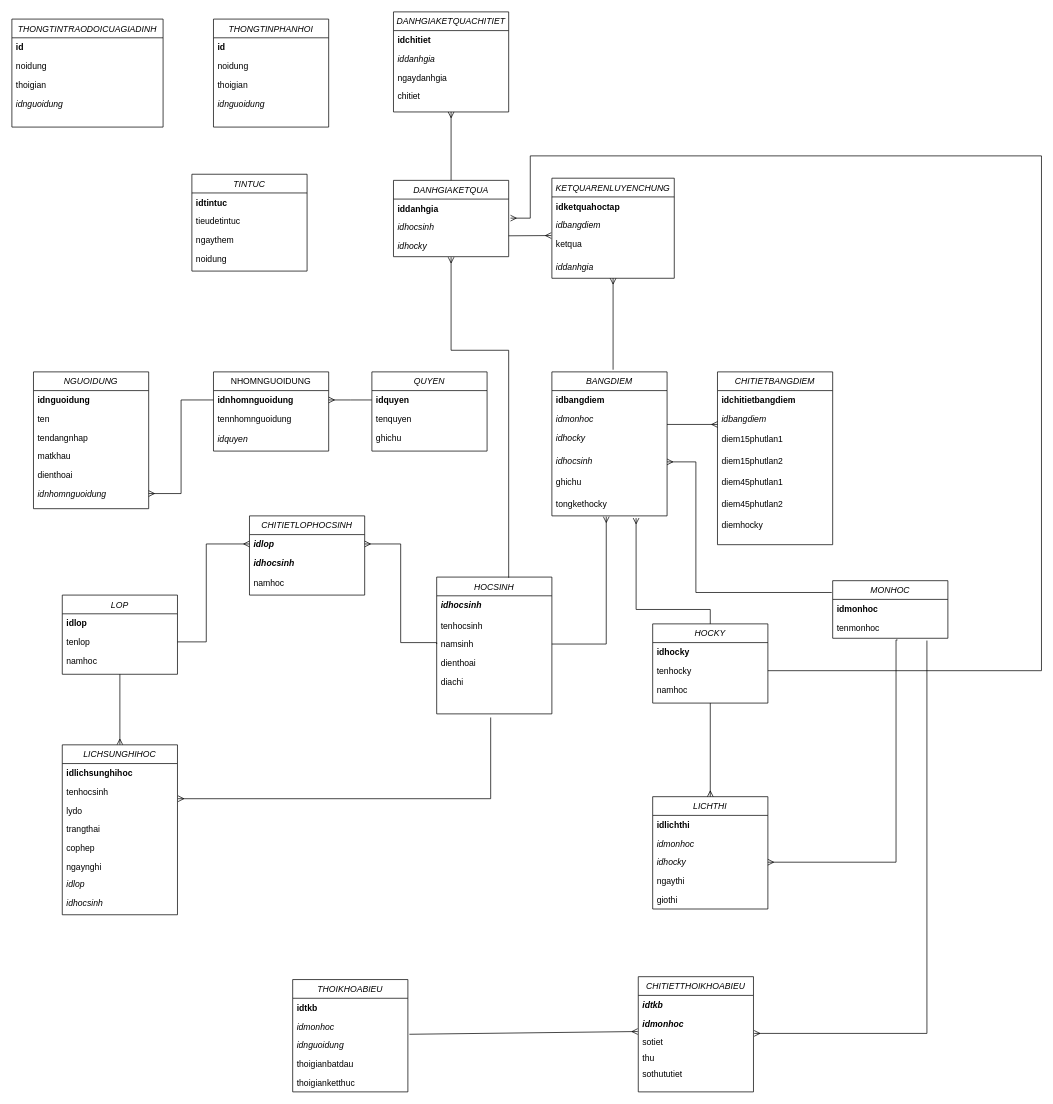
ktd131/ThucTapCNTT keeps this draw.io diagram as BaoCao/BT3/Bài-tập-3.drawio. Above is the earlier version. Source tidied: cells renumbered, new cells numbered last; positions are measured from the earlier drawing's top-left corner, leaving out a move shared by most shapes. Both pictures are drawn from the tidied source at 72%, with x=0, y=0 at pixel (12, 12).
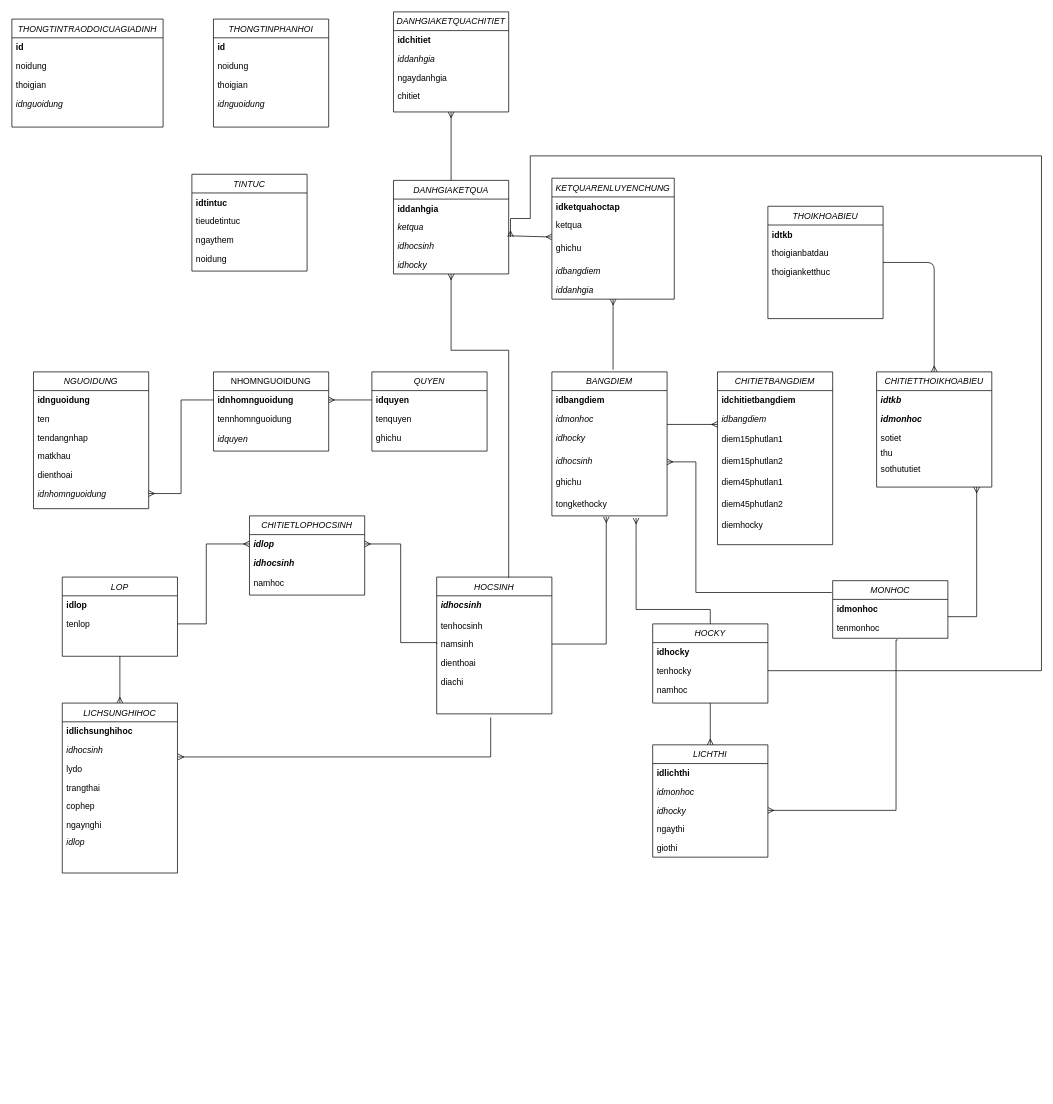
The same diagram, later.

Unchanged cells that the change refers to:
```xml
<mxCell id="15" value="tenlop" style="text;align=left;verticalAlign=top;spacingLeft=4;spacingRight=4;overflow=hidden;points=[[0,0.5],[1,0.5]];portConstraint=eastwest;rounded=0;shadow=0;html=0;" parent="13" vertex="1">
  <mxGeometry y="52" width="160" height="26" as="geometry" />
</mxCell>
<mxCell id="21" value="HOCSINH" style="swimlane;fontStyle=2;align=center;verticalAlign=top;horizontal=1;startSize=26;rounded=0;shadow=0;strokeWidth=1;" parent="1" vertex="1">
  <mxGeometry x="590" y="785" width="160" height="190" as="geometry" />
</mxCell>
<mxCell id="38" value="lydo" style="text;align=left;verticalAlign=top;spacingLeft=4;spacingRight=4;overflow=hidden;points=[[0,0.5],[1,0.5]];portConstraint=eastwest;" parent="35" vertex="1">
  <mxGeometry y="78" width="160" height="26" as="geometry" />
</mxCell>
<mxCell id="51" value="idmonhoc" style="text;align=left;verticalAlign=top;spacingLeft=4;spacingRight=4;overflow=hidden;points=[[0,0.5],[1,0.5]];portConstraint=eastwest;fontStyle=1;" parent="50" vertex="1">
  <mxGeometry y="26" width="160" height="26" as="geometry" />
</mxCell>
<mxCell id="52" value="tenmonhoc" style="text;align=left;verticalAlign=top;spacingLeft=4;spacingRight=4;overflow=hidden;points=[[0,0.5],[1,0.5]];portConstraint=eastwest;rounded=0;shadow=0;html=0;" parent="50" vertex="1">
  <mxGeometry y="52" width="160" height="28" as="geometry" />
</mxCell>
<mxCell id="60" value="idhocky" style="text;align=left;verticalAlign=top;spacingLeft=4;spacingRight=4;overflow=hidden;points=[[0,0.5],[1,0.5]];portConstraint=eastwest;rounded=0;shadow=0;html=0;fontStyle=2;" parent="57" vertex="1">
  <mxGeometry y="78" width="160" height="26" as="geometry" />
</mxCell>
<mxCell id="78" value="sotiet" style="text;align=left;verticalAlign=top;spacingLeft=4;spacingRight=4;overflow=hidden;points=[[0,0.5],[1,0.5]];portConstraint=eastwest;rounded=0;shadow=0;html=0;fontStyle=0;" parent="75" vertex="1">
  <mxGeometry y="78" width="160" height="22" as="geometry" />
</mxCell>
```

Change to the diagram source:
```diff
@@
     <mxCell id="3" style="endArrow=ERmany;html=1;exitX=1;exitY=0.5;exitDx=0;exitDy=0;entryX=0;entryY=0.5;entryDx=0;entryDy=0;endFill=0;edgeStyle=orthogonalEdgeStyle;rounded=0;" parent="1" edge="1" source="15">
       <mxGeometry relative="1" as="geometry">
         <mxPoint x="330" y="739" as="targetPoint" />
         <Array as="points">
-          <mxPoint x="270" y="875" />
+          <mxPoint x="270" y="850" />
           <mxPoint x="270" y="739" />
         </Array>
       </mxGeometry>
     </mxCell>
@@
     <mxCell id="13" value="LOP" style="swimlane;fontStyle=2;align=center;verticalAlign=top;horizontal=1;startSize=26;rounded=0;shadow=0;strokeWidth=1;" parent="1" vertex="1">
-      <mxGeometry x="70" y="810" width="160" height="110" as="geometry" />
+      <mxGeometry x="70" y="785" width="160" height="110" as="geometry" />
     </mxCell>
@@
-    <mxCell id="16" value="namhoc" style="text;align=left;verticalAlign=top;spacingLeft=4;spacingRight=4;overflow=hidden;rounded=0;shadow=0;html=0;fontStyle=0;" parent="13" vertex="1">
-      <mxGeometry y="78" width="160" height="26" as="geometry" />
-    </mxCell>
@@
     <mxCell id="35" value="LICHSUNGHIHOC" style="swimlane;fontStyle=2;align=center;verticalAlign=top;horizontal=1;startSize=26;rounded=0;shadow=0;strokeWidth=1;" parent="1" vertex="1">
-      <mxGeometry x="70" y="1018" width="160" height="236" as="geometry" />
+      <mxGeometry x="70" y="960" width="160" height="236" as="geometry" />
     </mxCell>
@@
-    <mxCell id="37" value="tenhocsinh" style="text;align=left;verticalAlign=top;spacingLeft=4;spacingRight=4;overflow=hidden;rounded=0;shadow=0;html=0;" parent="35" vertex="1">
+    <mxCell id="37" value="idhocsinh" style="text;align=left;verticalAlign=top;spacingLeft=4;spacingRight=4;overflow=hidden;rounded=0;shadow=0;html=0;fontStyle=2;" parent="35" vertex="1">
       <mxGeometry y="52" width="160" height="26" as="geometry" />
     </mxCell>
@@
-    <mxCell id="43" value="idhocsinh" style="text;align=left;verticalAlign=top;spacingLeft=4;spacingRight=4;overflow=hidden;fontStyle=2;" parent="35" vertex="1">
-      <mxGeometry y="206" width="160" height="30" as="geometry" />
-    </mxCell>
     <mxCell id="44" style="endArrow=ERmany;html=1;endFill=0;entryX=1.005;entryY=-0.122;entryDx=0;entryDy=0;entryPerimeter=0;edgeStyle=orthogonalEdgeStyle;rounded=0;" parent="1" edge="1" target="38">
       <mxGeometry relative="1" as="geometry">
         <mxPoint x="665" y="980" as="sourcePoint" />
         <Array as="points">
-          <mxPoint x="665" y="1093" />
+          <mxPoint x="665" y="1035" />
         </Array>
       </mxGeometry>
     </mxCell>
@@
     <mxCell id="57" value="LICHTHI" style="swimlane;fontStyle=2;align=center;verticalAlign=top;horizontal=1;startSize=26;rounded=0;shadow=0;strokeWidth=1;" parent="1" vertex="1">
-      <mxGeometry x="890" y="1090" width="160" height="156" as="geometry" />
+      <mxGeometry x="890" y="1018" width="160" height="156" as="geometry" />
     </mxCell>
@@
     <mxCell id="64" style="endArrow=ERmany;html=1;entryX=1;entryY=0.5;entryDx=0;entryDy=0;endFill=0;edgeStyle=orthogonalEdgeStyle;rounded=0;exitX=0.563;exitY=1.083;exitDx=0;exitDy=0;exitPerimeter=0;" parent="1" edge="1" source="52" target="60">
       <mxGeometry relative="1" as="geometry">
         <Array as="points">
           <mxPoint x="1228" y="872" />
-          <mxPoint x="1228" y="1181" />
+          <mxPoint x="1228" y="1109" />
         </Array>
       </mxGeometry>
     </mxCell>
@@
-    <mxCell id="73" style="endArrow=ERmany;html=1;endFill=0;edgeStyle=orthogonalEdgeStyle;rounded=0;entryX=1.006;entryY=0.036;entryDx=0;entryDy=0;entryPerimeter=0;exitX=0.818;exitY=1.113;exitDx=0;exitDy=0;exitPerimeter=0;" parent="1" edge="1" source="52" target="78">
+    <mxCell id="73" style="endArrow=ERmany;html=1;endFill=0;edgeStyle=orthogonalEdgeStyle;rounded=0;" parent="1" edge="1" source="51" target="75">
       <mxGeometry relative="1" as="geometry">
         <Array as="points">
-          <mxPoint x="1271" y="1419" />
+          <mxPoint x="1340" y="840" />
         </Array>
       </mxGeometry>
     </mxCell>
-    <mxCell id="74" style="endArrow=ERmany;html=1;exitX=1.013;exitY=-0.077;exitDx=0;exitDy=0;entryX=-0.005;entryY=-0.083;entryDx=0;entryDy=0;entryPerimeter=0;endFill=0;exitPerimeter=0;" parent="1" edge="1" source="106" target="78">
-      <mxGeometry relative="1" as="geometry" />
+    <mxCell id="74" style="endArrow=ERmany;html=1;entryX=0.5;entryY=0;entryDx=0;entryDy=0;endFill=0;" parent="1" edge="1" source="103" target="75">
+      <mxGeometry relative="1" as="geometry">
+        <Array as="points">
+          <mxPoint x="1281" y="348" />
+        </Array>
+      </mxGeometry>
     </mxCell>
     <mxCell id="75" value="CHITIETTHOIKHOABIEU" style="swimlane;fontStyle=2;align=center;verticalAlign=top;horizontal=1;startSize=26;rounded=0;shadow=0;strokeWidth=1;" parent="1" vertex="1">
-      <mxGeometry x="870" y="1340" width="160" height="160" as="geometry" />
+      <mxGeometry x="1201" y="500" width="160" height="160" as="geometry" />
     </mxCell>
@@
-    <mxCell id="81" style="endArrow=ERmany;html=1;edgeStyle=orthogonalEdgeStyle;rounded=0;exitX=0.625;exitY=0.005;exitDx=0;exitDy=0;exitPerimeter=0;endFill=0;entryX=0.5;entryY=1.103;entryDx=0;entryDy=0;entryPerimeter=0;" parent="1" edge="1" source="21">
+    <mxCell id="81" style="endArrow=ERmany;html=1;edgeStyle=orthogonalEdgeStyle;rounded=0;exitX=0.625;exitY=0.005;exitDx=0;exitDy=0;exitPerimeter=0;endFill=0;" parent="1" edge="1" source="21" target="82">
       <mxGeometry relative="1" as="geometry">
-        <mxPoint x="610" y="340.7" as="targetPoint" />
         <Array as="points">
           <mxPoint x="690" y="470" />
           <mxPoint x="610" y="470" />
         </Array>
       </mxGeometry>
     </mxCell>
     <mxCell id="82" value="DANHGIAKETQUA" style="swimlane;fontStyle=2;align=center;verticalAlign=top;horizontal=1;startSize=26;rounded=0;shadow=0;strokeWidth=1;" parent="1" vertex="1">
-      <mxGeometry x="530" y="234" width="160" height="106" as="geometry" />
+      <mxGeometry x="530" y="234" width="160" height="130" as="geometry" />
     </mxCell>
@@
+    <mxCell id="128" value="ketqua" style="text;align=left;verticalAlign=top;spacingLeft=4;spacingRight=4;overflow=hidden;rounded=0;shadow=0;html=0;fontStyle=2;" parent="82" vertex="1">
+      <mxGeometry y="52" width="160" height="26" as="geometry" />
+    </mxCell>
     <mxCell id="84" value="idhocsinh" style="text;align=left;verticalAlign=top;spacingLeft=4;spacingRight=4;overflow=hidden;points=[[0,0.5],[1,0.5]];portConstraint=eastwest;rounded=0;shadow=0;html=0;fontStyle=2;" parent="82" vertex="1">
-      <mxGeometry y="52" width="160" height="26" as="geometry" />
+      <mxGeometry y="78" width="160" height="26" as="geometry" />
     </mxCell>
     <mxCell id="85" value="idhocky" style="text;align=left;verticalAlign=top;spacingLeft=4;spacingRight=4;overflow=hidden;rounded=0;shadow=0;html=0;fontStyle=2;" parent="82" vertex="1">
-      <mxGeometry y="78" width="160" height="26" as="geometry" />
+      <mxGeometry y="104" width="160" height="26" as="geometry" />
     </mxCell>
@@
     <mxCell id="97" value="KETQUARENLUYENCHUNG" style="swimlane;fontStyle=2;align=center;verticalAlign=top;horizontal=1;startSize=26;rounded=0;shadow=0;strokeWidth=1;" parent="1" vertex="1">
-      <mxGeometry x="750" y="231" width="170" height="139" as="geometry" />
+      <mxGeometry x="750" y="231" width="170" height="168" as="geometry" />
     </mxCell>
@@
+    <mxCell id="100" value="ketqua" style="text;align=left;verticalAlign=top;spacingLeft=4;spacingRight=4;overflow=hidden;points=[[0,0.5],[1,0.5]];portConstraint=eastwest;rounded=0;shadow=0;html=0;" parent="97" vertex="1">
+      <mxGeometry y="52" width="170" height="32" as="geometry" />
+    </mxCell>
+    <mxCell id="129" value="ghichu&#10;" style="text;align=left;verticalAlign=top;spacingLeft=4;spacingRight=4;overflow=hidden;rounded=0;shadow=0;html=0;" parent="97" vertex="1">
+      <mxGeometry y="84" width="170" height="32" as="geometry" />
+    </mxCell>
     <mxCell id="99" value="idbangdiem" style="text;align=left;verticalAlign=top;spacingLeft=4;spacingRight=4;overflow=hidden;fontStyle=2;" parent="97" vertex="1">
-      <mxGeometry y="52" width="170" height="26" as="geometry" />
+      <mxGeometry y="116" width="170" height="26" as="geometry" />
     </mxCell>
-    <mxCell id="100" value="ketqua" style="text;align=left;verticalAlign=top;spacingLeft=4;spacingRight=4;overflow=hidden;points=[[0,0.5],[1,0.5]];portConstraint=eastwest;rounded=0;shadow=0;html=0;" parent="97" vertex="1">
-      <mxGeometry y="78" width="170" height="32" as="geometry" />
-    </mxCell>
     <mxCell id="101" value="iddanhgia" style="text;align=left;verticalAlign=top;spacingLeft=4;spacingRight=4;overflow=hidden;fontStyle=2;" parent="97" vertex="1">
-      <mxGeometry y="110" width="170" height="26" as="geometry" />
+      <mxGeometry y="142" width="170" height="26" as="geometry" />
     </mxCell>
-    <mxCell id="102" style="endArrow=ERmany;html=1;entryX=-0.005;entryY=0.052;entryDx=0;entryDy=0;entryPerimeter=0;endFill=0;" parent="1" edge="1" target="100">
+    <mxCell id="102" style="endArrow=ERmany;html=1;endFill=0;" parent="1" edge="1" target="97">
       <mxGeometry relative="1" as="geometry">
         <mxPoint x="690" y="311" as="sourcePoint" />
       </mxGeometry>
     </mxCell>
     <mxCell id="103" value="THOIKHOABIEU" style="swimlane;fontStyle=2;align=center;verticalAlign=top;horizontal=1;startSize=26;rounded=0;shadow=0;strokeWidth=1;" parent="1" vertex="1">
-      <mxGeometry x="390" y="1344" width="160" height="156" as="geometry" />
+      <mxGeometry x="1050" y="270" width="160" height="156" as="geometry" />
     </mxCell>
@@
-    <mxCell id="105" value="idmonhoc" style="text;align=left;verticalAlign=top;spacingLeft=4;spacingRight=4;overflow=hidden;rounded=0;shadow=0;html=0;fontStyle=2;" parent="103" vertex="1">
-      <mxGeometry y="52" width="160" height="26" as="geometry" />
-    </mxCell>
-    <mxCell id="106" value="idnguoidung" style="text;align=left;verticalAlign=top;spacingLeft=4;spacingRight=4;overflow=hidden;points=[[0,0.5],[1,0.5]];portConstraint=eastwest;rounded=0;shadow=0;html=0;fontStyle=2;" parent="103" vertex="1">
-      <mxGeometry y="78" width="160" height="26" as="geometry" />
-    </mxCell>
     <mxCell id="107" value="thoigianbatdau" style="text;align=left;verticalAlign=top;spacingLeft=4;spacingRight=4;overflow=hidden;rounded=0;shadow=0;html=0;fontStyle=0;" parent="103" vertex="1">
-      <mxGeometry y="104" width="160" height="26" as="geometry" />
+      <mxGeometry y="52" width="160" height="26" as="geometry" />
     </mxCell>
     <mxCell id="108" value="thoigianketthuc" style="text;align=left;verticalAlign=top;spacingLeft=4;spacingRight=4;overflow=hidden;rounded=0;shadow=0;html=0;fontStyle=0;" parent="103" vertex="1">
-      <mxGeometry y="130" width="160" height="26" as="geometry" />
+      <mxGeometry y="78" width="160" height="26" as="geometry" />
     </mxCell>
```
